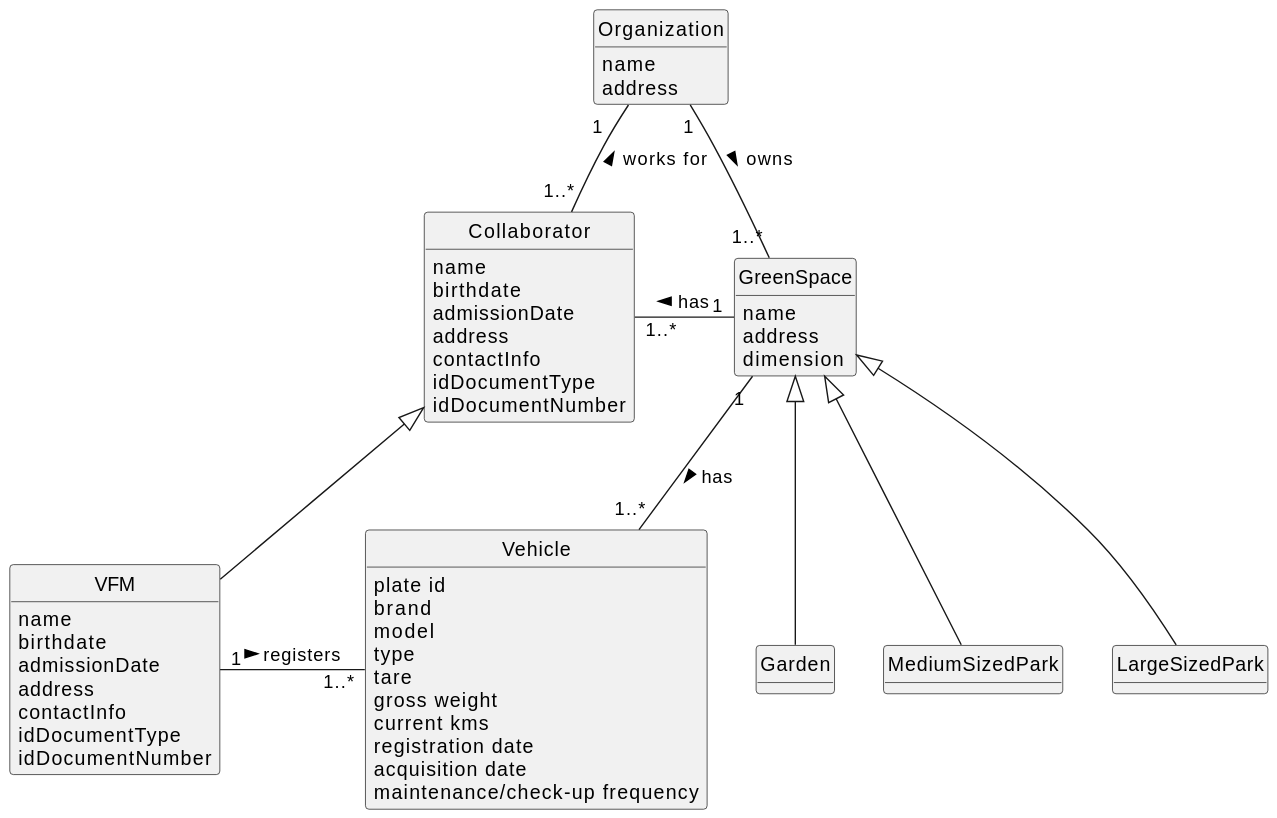
Earlier version of the PlantUML export docs/sprintA/us006/02.analysis/svg/us006-domain-model.svg (diogoveirospro/lei-24-s2-1dg-g072).
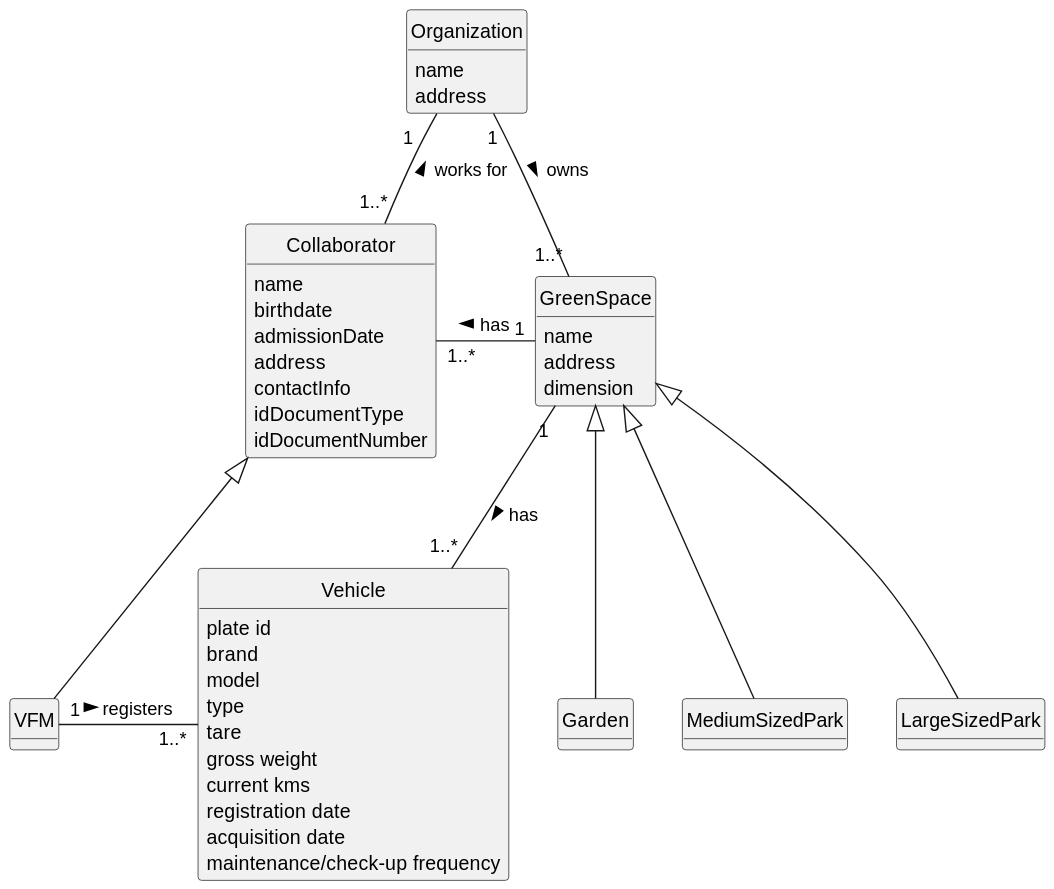
The same file after the commit.

Diff of the diagram source:
```diff
@@ -24,13 +24,7 @@
 }
 
 class VFM{
-    name
-    birthdate
-    admissionDate
-    address
-    contactInfo
-    idDocumentType
-    idDocumentNumber
+
 }
 
 class Vehicle{
```
